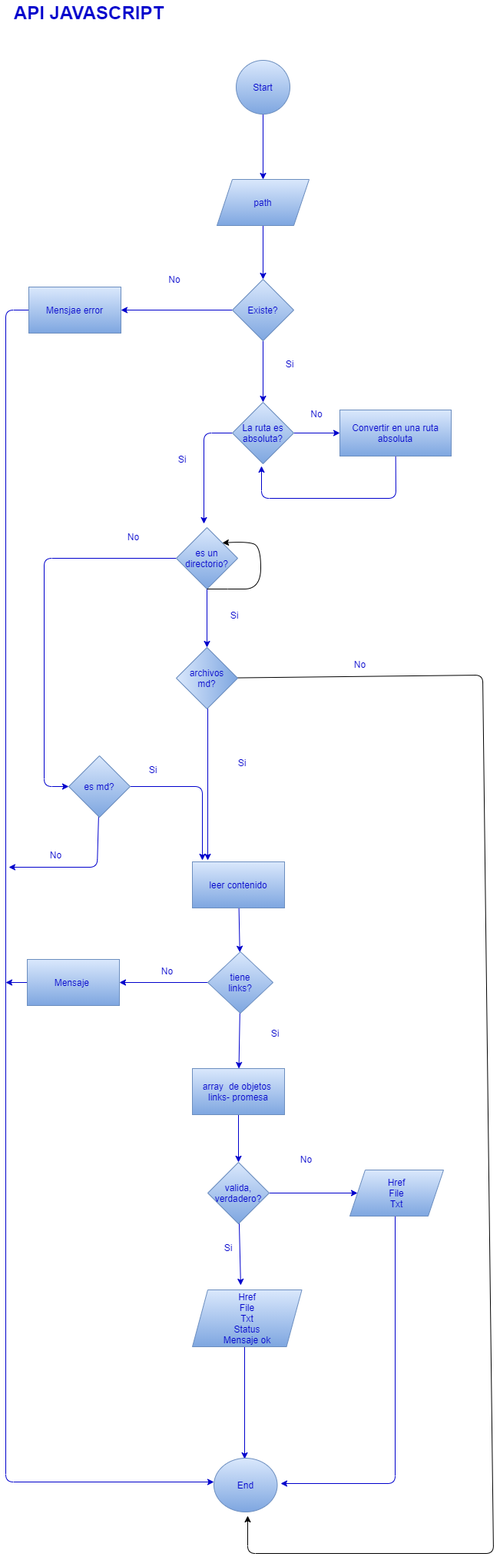
JenyferMarquez/LIM016-md-links keeps this draw.io diagram as prueba_general/prueba/images/diagrama flujo/flujo.png. Above is the earlier version. Source tidied: cells renumbered, new cells last; positions are measured from the earlier drawing's top-left corner, leaving out a move shared by most shapes. Source of this version:
```xml
<mxGraphModel background="#ffffff" shadow="1">
  <root>
    <mxCell id="0" />
    <mxCell id="1" parent="0" />
    <mxCell id="2" style="edgeStyle=none;html=1;strokeColor=#0000CC;" parent="1" edge="1" source="3" target="5">
      <mxGeometry relative="1" as="geometry" />
    </mxCell>
    <mxCell id="3" value="&lt;font color=&quot;#0000cc&quot;&gt;Start&lt;/font&gt;" style="ellipse;whiteSpace=wrap;html=1;fillColor=#dae8fc;strokeColor=#6c8ebf;gradientColor=#7ea6e0;" parent="1" vertex="1">
      <mxGeometry x="300" y="78" width="70" height="70" as="geometry" />
    </mxCell>
    <mxCell id="4" style="edgeStyle=none;html=1;strokeColor=#0000CC;" parent="1" edge="1" source="5" target="8">
      <mxGeometry relative="1" as="geometry" />
    </mxCell>
    <mxCell id="5" value="&lt;font color=&quot;#0000cc&quot;&gt;path&lt;/font&gt;" style="shape=parallelogram;perimeter=parallelogramPerimeter;whiteSpace=wrap;html=1;fixedSize=1;fillColor=#dae8fc;strokeColor=#6c8ebf;gradientColor=#7ea6e0;" parent="1" vertex="1">
      <mxGeometry x="275" y="233" width="120" height="60" as="geometry" />
    </mxCell>
    <mxCell id="6" style="edgeStyle=none;html=1;strokeColor=#0000CC;" parent="1" edge="1" source="8" target="11">
      <mxGeometry relative="1" as="geometry" />
    </mxCell>
    <mxCell id="7" style="edgeStyle=none;html=1;strokeColor=#0000CC;" parent="1" edge="1" source="8" target="13">
      <mxGeometry relative="1" as="geometry" />
    </mxCell>
    <mxCell id="8" value="&lt;font color=&quot;#0000cc&quot;&gt;Existe?&lt;/font&gt;" style="rhombus;whiteSpace=wrap;html=1;fillColor=#dae8fc;gradientColor=#7ea6e0;strokeColor=#6c8ebf;" parent="1" vertex="1">
      <mxGeometry x="295" y="363" width="80" height="80" as="geometry" />
    </mxCell>
    <mxCell id="9" style="edgeStyle=none;html=1;strokeColor=#0000CC;" parent="1" edge="1" source="11" target="17">
      <mxGeometry relative="1" as="geometry" />
    </mxCell>
    <mxCell id="10" style="edgeStyle=none;html=1;fontSize=12;fontColor=#0000CC;strokeColor=#0000CC;" parent="1" edge="1" source="11">
      <mxGeometry relative="1" as="geometry">
        <mxPoint x="258" y="681" as="targetPoint" />
        <Array as="points">
          <mxPoint x="258" y="563" />
        </Array>
      </mxGeometry>
    </mxCell>
    <mxCell id="11" value="&lt;font color=&quot;#0000cc&quot;&gt;&lt;span&gt;La ruta es&lt;/span&gt;&lt;br&gt;&lt;span&gt;absoluta?&lt;/span&gt;&lt;/font&gt;" style="rhombus;whiteSpace=wrap;html=1;fillColor=#dae8fc;gradientColor=#7ea6e0;strokeColor=#6c8ebf;" parent="1" vertex="1">
      <mxGeometry x="295" y="523" width="80" height="80" as="geometry" />
    </mxCell>
    <mxCell id="12" style="edgeStyle=none;html=1;fontSize=12;strokeColor=#0000CC;" parent="1" edge="1" source="13">
      <mxGeometry relative="1" as="geometry">
        <mxPoint x="271" y="1928" as="targetPoint" />
        <Array as="points">
          <mxPoint y="403" />
          <mxPoint y="1928" />
        </Array>
      </mxGeometry>
    </mxCell>
    <mxCell id="13" value="&lt;font color=&quot;#0000cc&quot;&gt;Mensjae error&lt;/font&gt;" style="whiteSpace=wrap;html=1;fillColor=#dae8fc;gradientColor=#7ea6e0;strokeColor=#6c8ebf;" parent="1" vertex="1">
      <mxGeometry x="30" y="373" width="120" height="60" as="geometry" />
    </mxCell>
    <mxCell id="14" value="&lt;font color=&quot;#0000cc&quot;&gt;Si&lt;/font&gt;" style="text;html=1;strokeColor=none;fillColor=none;align=center;verticalAlign=middle;whiteSpace=wrap;rounded=0;" parent="1" vertex="1">
      <mxGeometry x="340" y="458" width="60" height="30" as="geometry" />
    </mxCell>
    <mxCell id="15" value="&lt;font color=&quot;#0000cc&quot;&gt;No&lt;/font&gt;" style="text;html=1;strokeColor=none;fillColor=none;align=center;verticalAlign=middle;whiteSpace=wrap;rounded=0;" parent="1" vertex="1">
      <mxGeometry x="190" y="348" width="60" height="30" as="geometry" />
    </mxCell>
    <mxCell id="16" style="edgeStyle=none;html=1;strokeColor=#0000CC;" parent="1" edge="1" source="17">
      <mxGeometry relative="1" as="geometry">
        <mxPoint x="333" y="606" as="targetPoint" />
        <Array as="points">
          <mxPoint x="508" y="648" />
          <mxPoint x="333" y="648" />
        </Array>
      </mxGeometry>
    </mxCell>
    <mxCell id="17" value="&lt;font color=&quot;#0000cc&quot;&gt;Convertir en una ruta absoluta&lt;/font&gt;" style="whiteSpace=wrap;html=1;fillColor=#dae8fc;gradientColor=#7ea6e0;strokeColor=#6c8ebf;" parent="1" vertex="1">
      <mxGeometry x="435" y="533" width="145" height="60" as="geometry" />
    </mxCell>
    <mxCell id="18" value="&lt;font color=&quot;#0000cc&quot;&gt;No&lt;/font&gt;" style="text;html=1;strokeColor=none;fillColor=none;align=center;verticalAlign=middle;whiteSpace=wrap;rounded=0;" parent="1" vertex="1">
      <mxGeometry x="375" y="523" width="60" height="30" as="geometry" />
    </mxCell>
    <mxCell id="19" style="edgeStyle=none;html=1;entryX=0;entryY=0.5;entryDx=0;entryDy=0;strokeColor=#0000CC;exitX=0;exitY=0.5;exitDx=0;exitDy=0;" parent="1" edge="1" source="21" target="26">
      <mxGeometry relative="1" as="geometry">
        <Array as="points">
          <mxPoint x="50" y="726" />
          <mxPoint x="50" y="1023" />
        </Array>
      </mxGeometry>
    </mxCell>
    <mxCell id="20" style="edgeStyle=none;html=1;strokeColor=#0000CC;entryX=1;entryY=0.5;entryDx=0;entryDy=0;" parent="1" edge="1" source="21" target="50">
      <mxGeometry relative="1" as="geometry" />
    </mxCell>
    <mxCell id="21" value="&lt;font color=&quot;#0000cc&quot;&gt;es un directorio?&lt;/font&gt;" style="rhombus;whiteSpace=wrap;html=1;fillColor=#dae8fc;gradientColor=#7ea6e0;strokeColor=#6c8ebf;" parent="1" vertex="1">
      <mxGeometry x="222" y="686" width="80" height="80" as="geometry" />
    </mxCell>
    <mxCell id="22" value="&lt;font color=&quot;#0000cc&quot;&gt;No&lt;/font&gt;" style="text;html=1;align=center;verticalAlign=middle;strokeColor=none;fillColor=none;" parent="1" vertex="1">
      <mxGeometry x="153" y="689" width="25" height="18" as="geometry" />
    </mxCell>
    <mxCell id="23" value="&lt;font color=&quot;#0000cc&quot;&gt;Si&lt;/font&gt;" style="text;html=1;strokeColor=none;fillColor=none;align=center;verticalAlign=middle;whiteSpace=wrap;rounded=0;" parent="1" vertex="1">
      <mxGeometry x="268" y="785" width="60" height="30" as="geometry" />
    </mxCell>
    <mxCell id="24" style="edgeStyle=none;html=1;fontSize=12;fontColor=#0000CC;strokeColor=#0000CC;" parent="1" edge="1" source="26">
      <mxGeometry relative="1" as="geometry">
        <mxPoint x="256" y="1119" as="targetPoint" />
        <Array as="points">
          <mxPoint x="256" y="1023" />
        </Array>
      </mxGeometry>
    </mxCell>
    <mxCell id="25" style="edgeStyle=none;html=1;fontSize=12;fontColor=#0000CC;strokeColor=#0000CC;" parent="1" edge="1" source="26">
      <mxGeometry relative="1" as="geometry">
        <mxPoint x="4" y="1128" as="targetPoint" />
        <Array as="points">
          <mxPoint x="119" y="1128" />
        </Array>
      </mxGeometry>
    </mxCell>
    <mxCell id="26" value="&lt;font color=&quot;#0000cc&quot;&gt;es md?&lt;/font&gt;" style="rhombus;whiteSpace=wrap;html=1;fillColor=#dae8fc;gradientColor=#7ea6e0;strokeColor=#6c8ebf;" parent="1" vertex="1">
      <mxGeometry x="82" y="983" width="80" height="80" as="geometry" />
    </mxCell>
    <mxCell id="27" style="edgeStyle=none;html=1;strokeColor=#0000CC;" parent="1" edge="1" source="29" target="32">
      <mxGeometry relative="1" as="geometry" />
    </mxCell>
    <mxCell id="28" style="edgeStyle=none;html=1;fontSize=12;fontColor=#0000CC;strokeColor=#0000CC;exitX=0.05;exitY=0.513;exitDx=0;exitDy=0;exitPerimeter=0;" parent="1" edge="1" source="50">
      <mxGeometry relative="1" as="geometry">
        <mxPoint x="263" y="1119" as="targetPoint" />
      </mxGeometry>
    </mxCell>
    <mxCell id="29" value="&lt;font color=&quot;#0000cc&quot;&gt;leer contenido&lt;/font&gt;" style="whiteSpace=wrap;html=1;fillColor=#dae8fc;gradientColor=#7ea6e0;strokeColor=#6c8ebf;" parent="1" vertex="1">
      <mxGeometry x="243" y="1121" width="120" height="60" as="geometry" />
    </mxCell>
    <mxCell id="30" style="edgeStyle=none;html=1;strokeColor=#0000CC;" parent="1" edge="1" source="32" target="34">
      <mxGeometry relative="1" as="geometry" />
    </mxCell>
    <mxCell id="31" style="edgeStyle=none;html=1;fontSize=12;fontColor=#0000CC;strokeColor=#0000CC;" parent="1" edge="1" source="32" target="45">
      <mxGeometry relative="1" as="geometry" />
    </mxCell>
    <mxCell id="32" value="&lt;font color=&quot;#0000cc&quot;&gt;tiene&lt;br&gt;links?&lt;/font&gt;" style="rhombus;whiteSpace=wrap;html=1;fillColor=#dae8fc;gradientColor=#7ea6e0;strokeColor=#6c8ebf;" parent="1" vertex="1">
      <mxGeometry x="263" y="1238" width="85" height="80" as="geometry" />
    </mxCell>
    <mxCell id="33" style="edgeStyle=none;html=1;strokeColor=#0000CC;" parent="1" edge="1" source="34" target="37">
      <mxGeometry relative="1" as="geometry" />
    </mxCell>
    <mxCell id="34" value="&lt;font color=&quot;#0000cc&quot;&gt;array&amp;nbsp; de objetos&amp;nbsp;&lt;br&gt;links- promesa&lt;/font&gt;" style="whiteSpace=wrap;html=1;fillColor=#dae8fc;gradientColor=#7ea6e0;strokeColor=#6c8ebf;" parent="1" vertex="1">
      <mxGeometry x="243" y="1390" width="120" height="60" as="geometry" />
    </mxCell>
    <mxCell id="35" style="edgeStyle=none;html=1;fontSize=11;strokeColor=#0000CC;" parent="1" edge="1" source="37">
      <mxGeometry relative="1" as="geometry">
        <mxPoint x="305.9" y="1672" as="targetPoint" />
      </mxGeometry>
    </mxCell>
    <mxCell id="36" style="edgeStyle=none;html=1;fontSize=12;strokeColor=#0000CC;entryX=0;entryY=0.5;entryDx=0;entryDy=0;" parent="1" edge="1" source="37" target="56">
      <mxGeometry relative="1" as="geometry" />
    </mxCell>
    <mxCell id="37" value="&lt;font color=&quot;#0000cc&quot;&gt;valida,&lt;br&gt;verdadero?&lt;/font&gt;" style="rhombus;whiteSpace=wrap;html=1;fillColor=#dae8fc;gradientColor=#7ea6e0;strokeColor=#6c8ebf;" parent="1" vertex="1">
      <mxGeometry x="263" y="1512" width="80" height="80" as="geometry" />
    </mxCell>
    <mxCell id="38" value="&lt;font color=&quot;#0000cc&quot;&gt;No&lt;/font&gt;" style="text;html=1;align=center;verticalAlign=middle;strokeColor=none;fillColor=none;" parent="1" vertex="1">
      <mxGeometry x="378" y="1499" width="25" height="18" as="geometry" />
    </mxCell>
    <mxCell id="39" style="edgeStyle=none;html=1;fontSize=12;strokeColor=#0000CC;" parent="1" edge="1">
      <mxGeometry relative="1" as="geometry">
        <mxPoint x="311" y="1751" as="sourcePoint" />
        <mxPoint x="311" y="1898" as="targetPoint" />
      </mxGeometry>
    </mxCell>
    <mxCell id="40" style="edgeStyle=none;html=1;fontSize=12;strokeColor=#0000CC;" parent="1" edge="1">
      <mxGeometry relative="1" as="geometry">
        <mxPoint x="507" y="1578" as="sourcePoint" />
        <mxPoint x="358" y="1930" as="targetPoint" />
        <Array as="points">
          <mxPoint x="507" y="1930" />
        </Array>
      </mxGeometry>
    </mxCell>
    <mxCell id="41" value="&lt;font color=&quot;#0000cc&quot;&gt;End&lt;/font&gt;" style="ellipse;whiteSpace=wrap;html=1;fillColor=#dae8fc;gradientColor=#7ea6e0;strokeColor=#6c8ebf;" parent="1" vertex="1">
      <mxGeometry x="271" y="1897" width="82.5" height="70" as="geometry" />
    </mxCell>
    <mxCell id="42" value="&lt;font color=&quot;#0000cc&quot;&gt;Si&lt;/font&gt;" style="text;html=1;strokeColor=none;fillColor=none;align=center;verticalAlign=middle;whiteSpace=wrap;rounded=0;" parent="1" vertex="1">
      <mxGeometry x="277.5" y="977" width="60" height="30" as="geometry" />
    </mxCell>
    <mxCell id="43" value="&lt;font color=&quot;#0000cc&quot;&gt;Si&lt;/font&gt;" style="text;html=1;strokeColor=none;fillColor=none;align=center;verticalAlign=middle;whiteSpace=wrap;rounded=0;" parent="1" vertex="1">
      <mxGeometry x="321" y="1329" width="60" height="30" as="geometry" />
    </mxCell>
    <mxCell id="44" style="edgeStyle=none;html=1;fontSize=12;fontColor=#0000CC;strokeColor=#0000CC;" parent="1" edge="1" source="45">
      <mxGeometry relative="1" as="geometry">
        <mxPoint y="1278" as="targetPoint" />
      </mxGeometry>
    </mxCell>
    <mxCell id="45" value="&lt;font color=&quot;#0000cc&quot;&gt;Mensaje&amp;nbsp;&lt;/font&gt;" style="whiteSpace=wrap;html=1;fillColor=#dae8fc;strokeColor=#6c8ebf;gradientColor=#7ea6e0;" parent="1" vertex="1">
      <mxGeometry x="28" y="1248" width="120" height="60" as="geometry" />
    </mxCell>
    <mxCell id="46" value="&lt;font color=&quot;#0000cc&quot;&gt;No&lt;/font&gt;" style="text;html=1;align=center;verticalAlign=middle;strokeColor=none;fillColor=none;" parent="1" vertex="1">
      <mxGeometry x="197" y="1254" width="25" height="18" as="geometry" />
    </mxCell>
    <mxCell id="47" value="&lt;font color=&quot;#0000cc&quot;&gt;Si&lt;/font&gt;" style="text;html=1;strokeColor=none;fillColor=none;align=center;verticalAlign=middle;whiteSpace=wrap;rounded=0;" parent="1" vertex="1">
      <mxGeometry x="260" y="1608" width="60" height="30" as="geometry" />
    </mxCell>
    <mxCell id="48" value="&lt;b style=&quot;font-size: 24px;&quot;&gt;API JAVASCRIPT&lt;/b&gt;" style="text;html=1;align=center;verticalAlign=middle;strokeColor=none;fillColor=none;fontSize=24;fontColor=#0000CC;labelBackgroundColor=none;labelBorderColor=none;" parent="1" vertex="1">
      <mxGeometry x="5" width="205" height="32" as="geometry" />
    </mxCell>
    <mxCell id="49" style="edgeStyle=none;html=1;" parent="1" edge="1" source="50">
      <mxGeometry relative="1" as="geometry">
        <mxPoint x="315" y="1972" as="targetPoint" />
        <Array as="points">
          <mxPoint x="621" y="878" />
          <mxPoint x="635" y="2021" />
          <mxPoint x="315" y="2021" />
        </Array>
      </mxGeometry>
    </mxCell>
    <mxCell id="50" value="archivos&lt;br&gt;md?" style="rhombus;whiteSpace=wrap;html=1;labelBackgroundColor=none;labelBorderColor=none;fontSize=12;fillColor=#dae8fc;direction=north;gradientColor=#7ea6e0;strokeColor=#6c8ebf;fontColor=#0000CC;" parent="1" vertex="1">
      <mxGeometry x="222" y="842" width="80" height="80" as="geometry" />
    </mxCell>
    <mxCell id="51" value="&lt;font color=&quot;#0000cc&quot;&gt;No&lt;/font&gt;" style="text;html=1;align=center;verticalAlign=middle;strokeColor=none;fillColor=none;" parent="1" vertex="1">
      <mxGeometry x="448" y="855" width="25" height="18" as="geometry" />
    </mxCell>
    <mxCell id="52" value="&lt;font color=&quot;#0000cc&quot;&gt;No&lt;/font&gt;" style="text;html=1;align=center;verticalAlign=middle;strokeColor=none;fillColor=none;" parent="1" vertex="1">
      <mxGeometry x="52" y="1103" width="25" height="18" as="geometry" />
    </mxCell>
    <mxCell id="53" value="&lt;font color=&quot;#0000cc&quot;&gt;Si&lt;/font&gt;" style="text;html=1;strokeColor=none;fillColor=none;align=center;verticalAlign=middle;whiteSpace=wrap;rounded=0;" parent="1" vertex="1">
      <mxGeometry x="200" y="582" width="60" height="30" as="geometry" />
    </mxCell>
    <mxCell id="54" value="&lt;font color=&quot;#0000cc&quot;&gt;Si&lt;/font&gt;" style="text;html=1;strokeColor=none;fillColor=none;align=center;verticalAlign=middle;whiteSpace=wrap;rounded=0;" parent="1" vertex="1">
      <mxGeometry x="162" y="986" width="60" height="30" as="geometry" />
    </mxCell>
    <mxCell id="55" value="&lt;span&gt;Href&lt;/span&gt;&lt;br&gt;&lt;span&gt;File&lt;/span&gt;&lt;br&gt;&lt;span&gt;Txt&lt;/span&gt;&lt;br&gt;&lt;span&gt;Status&lt;/span&gt;&lt;br&gt;&lt;span&gt;Mensaje ok&lt;/span&gt;" style="shape=parallelogram;perimeter=parallelogramPerimeter;whiteSpace=wrap;html=1;fixedSize=1;labelBackgroundColor=none;labelBorderColor=none;fontSize=12;fillColor=#dae8fc;gradientColor=#7ea6e0;strokeColor=#6c8ebf;fontColor=#0000CC;" parent="1" vertex="1">
      <mxGeometry x="243" y="1678" width="142.5" height="74" as="geometry" />
    </mxCell>
    <mxCell id="56" value="&lt;span&gt;Href&lt;/span&gt;&lt;br&gt;&lt;span&gt;File&lt;/span&gt;&lt;br&gt;&lt;span&gt;Txt&lt;/span&gt;" style="shape=parallelogram;perimeter=parallelogramPerimeter;whiteSpace=wrap;html=1;fixedSize=1;labelBackgroundColor=none;labelBorderColor=none;fontSize=12;fillColor=#dae8fc;gradientColor=#7ea6e0;strokeColor=#6c8ebf;fontColor=#0000CC;" parent="1" vertex="1">
      <mxGeometry x="448" y="1522" width="122" height="60" as="geometry" />
    </mxCell>
    <mxCell id="57" style="curved=1;endArrow=classic;html=1;exitX=0.5;exitY=1;exitDx=0;exitDy=0;entryX=1;entryY=0;entryDx=0;entryDy=0;" parent="1" edge="1" source="21" target="21">
      <mxGeometry relative="1" as="geometry">
        <Array as="points">
          <mxPoint x="289" y="766" />
          <mxPoint x="332" y="766" />
          <mxPoint x="332" y="711" />
          <mxPoint x="314.5" y="704" />
        </Array>
      </mxGeometry>
    </mxCell>
  </root>
</mxGraphModel>
```
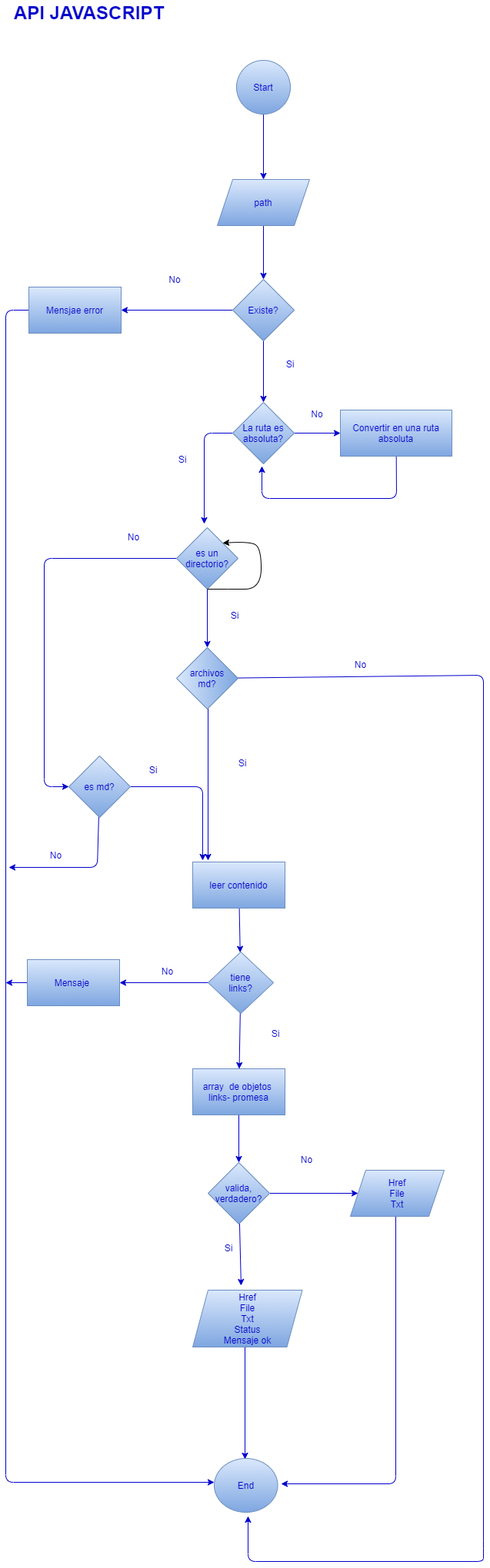
The same file after the commit.

Diff of the diagram source:
```diff
@@ -190,13 +190,14 @@
     <mxCell id="48" value="&lt;b style=&quot;font-size: 24px;&quot;&gt;API JAVASCRIPT&lt;/b&gt;" style="text;html=1;align=center;verticalAlign=middle;strokeColor=none;fillColor=none;fontSize=24;fontColor=#0000CC;labelBackgroundColor=none;labelBorderColor=none;" parent="1" vertex="1">
       <mxGeometry x="5" width="205" height="32" as="geometry" />
     </mxCell>
-    <mxCell id="49" style="edgeStyle=none;html=1;" parent="1" edge="1" source="50">
+    <mxCell id="49" style="edgeStyle=none;html=1;strokeColor=#0000CC;" parent="1" edge="1" source="50">
       <mxGeometry relative="1" as="geometry">
         <mxPoint x="315" y="1972" as="targetPoint" />
         <Array as="points">
           <mxPoint x="621" y="878" />
-          <mxPoint x="635" y="2021" />
-          <mxPoint x="315" y="2021" />
+          <mxPoint x="621" y="2014" />
+          <mxPoint x="621" y="2031" />
+          <mxPoint x="315" y="2031" />
         </Array>
       </mxGeometry>
     </mxCell>
```
